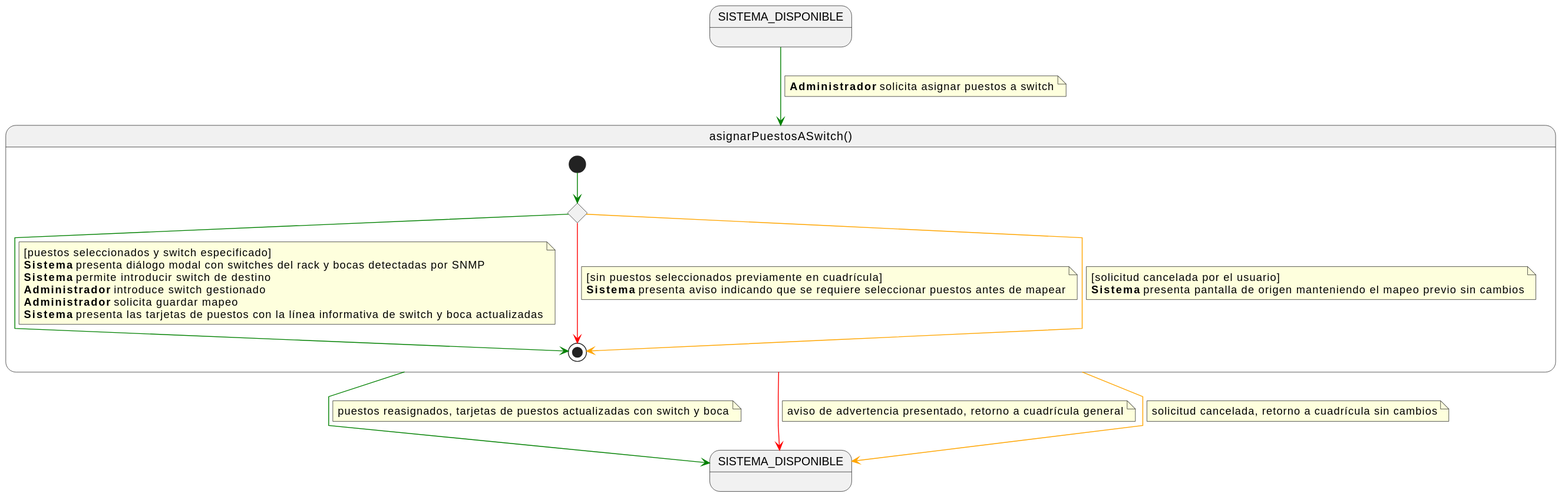
This is images/01-requisitos/01-detalle-casos-uso/asignarPuestosASwitch/especificacion.svg from Carlos-Lima2510/mesh-panel, a PlantUML export, as it was before one commit.
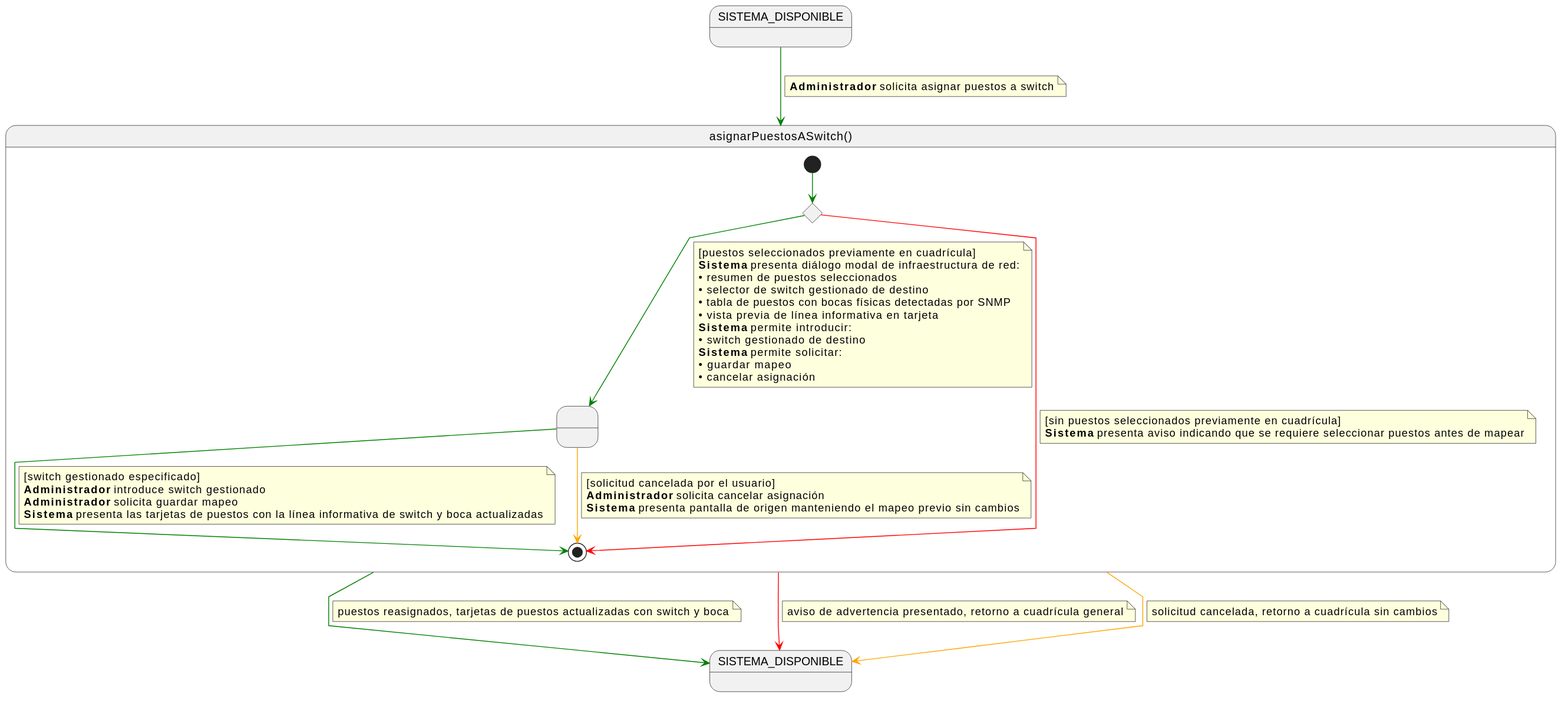
Later version of the same file.

What changed in the source:
```diff
@@ -12,18 +12,9 @@
 state asignarPuestosASwitch as "asignarPuestosASwitch()" {
 
     state c <<choice>>
+    state " " as MapeandoPuestos
 
     [*] -[#green]-> c
-
-    c -[#green]-> [*]
-    note on link
-    [puestos seleccionados y switch especificado]
-    <b>Sistema</b> presenta diálogo modal con switches del rack y bocas detectadas por SNMP
-    <b>Sistema</b> permite introducir switch de destino
-    <b>Administrador</b> introduce switch gestionado
-    <b>Administrador</b> solicita guardar mapeo
-    <b>Sistema</b> presenta las tarjetas de puestos con la línea informativa de switch y boca actualizadas
-    end note
 
     c -[#red]-> [*]
     note on link
@@ -31,9 +22,33 @@
     <b>Sistema</b> presenta aviso indicando que se requiere seleccionar puestos antes de mapear
     end note
 
-    c -[#orange]-> [*]
+    c -[#green]-> MapeandoPuestos
+    note on link
+    [puestos seleccionados previamente en cuadrícula]
+    <b>Sistema</b> presenta diálogo modal de infraestructura de red:
+    • resumen de puestos seleccionados
+    • selector de switch gestionado de destino
+    • tabla de puestos con bocas físicas detectadas por SNMP
+    • vista previa de línea informativa en tarjeta
+    <b>Sistema</b> permite introducir:
+    • switch gestionado de destino
+    <b>Sistema</b> permite solicitar:
+    • guardar mapeo
+    • cancelar asignación
+    end note
+
+    MapeandoPuestos -[#green]-> [*]
+    note on link
+    [switch gestionado especificado]
+    <b>Administrador</b> introduce switch gestionado
+    <b>Administrador</b> solicita guardar mapeo
+    <b>Sistema</b> presenta las tarjetas de puestos con la línea informativa de switch y boca actualizadas
+    end note
+
+    MapeandoPuestos -[#orange]-> [*]
     note on link
     [solicitud cancelada por el usuario]
+    <b>Administrador</b> solicita cancelar asignación
     <b>Sistema</b> presenta pantalla de origen manteniendo el mapeo previo sin cambios
     end note
 }
```
